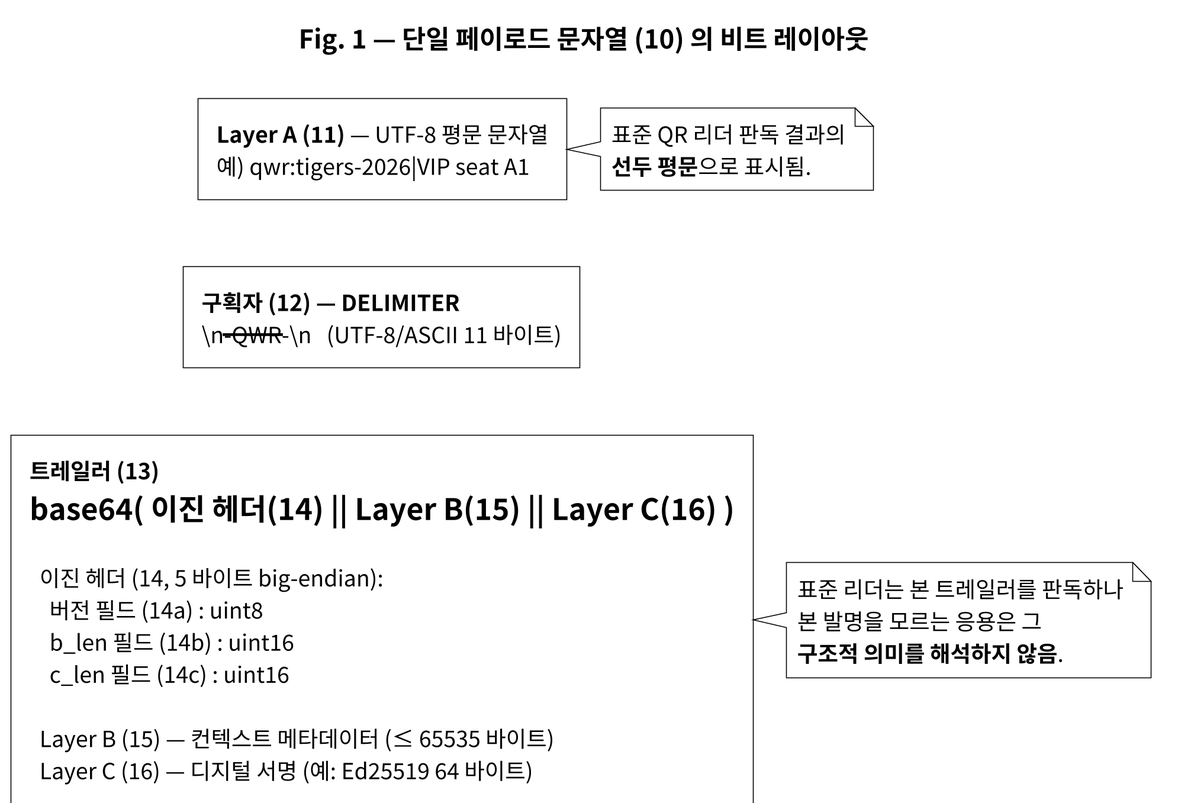
The PlantUML diagram docs/patent/figures/rendered/fig1_payload.png in rae-hugo-kim/QoverRap, before a commit. The source it was exported from:
```plantuml
@startuml fig1_payload
!include _kipo_style.iuml

title Fig. 1 — 단일 페이로드 문자열 (10) 의 비트 레이아웃

rectangle "**Layer A (11)** — UTF-8 평문 문자열\n예) qwr:tigers-2026|VIP seat A1" as A
rectangle "**구획자 (12) — DELIMITER**\n\\n---QWR---\\n   (UTF-8/ASCII 11 바이트)" as D
rectangle "**트레일러 (13)**\n= base64( 이진 헤더(14) || Layer B(15) || Layer C(16) )\n\n  이진 헤더 (14, 5 바이트 big-endian):\n    버전 필드 (14a) : uint8\n    b_len 필드 (14b) : uint16\n    c_len 필드 (14c) : uint16\n\n  Layer B (15) — 컨텍스트 메타데이터 (≤ 65535 바이트)\n  Layer C (16) — 디지털 서명 (예: Ed25519 64 바이트)" as T

A -[hidden]down- D
D -[hidden]down- T

note right of A
  표준 QR 리더 판독 결과의
  **선두 평문**으로 표시됨.
end note

note right of T
  표준 리더는 본 트레일러를 판독하나
  본 발명을 모르는 응용은 그
  **구조적 의미를 해석하지 않음**.
end note

@enduml
```
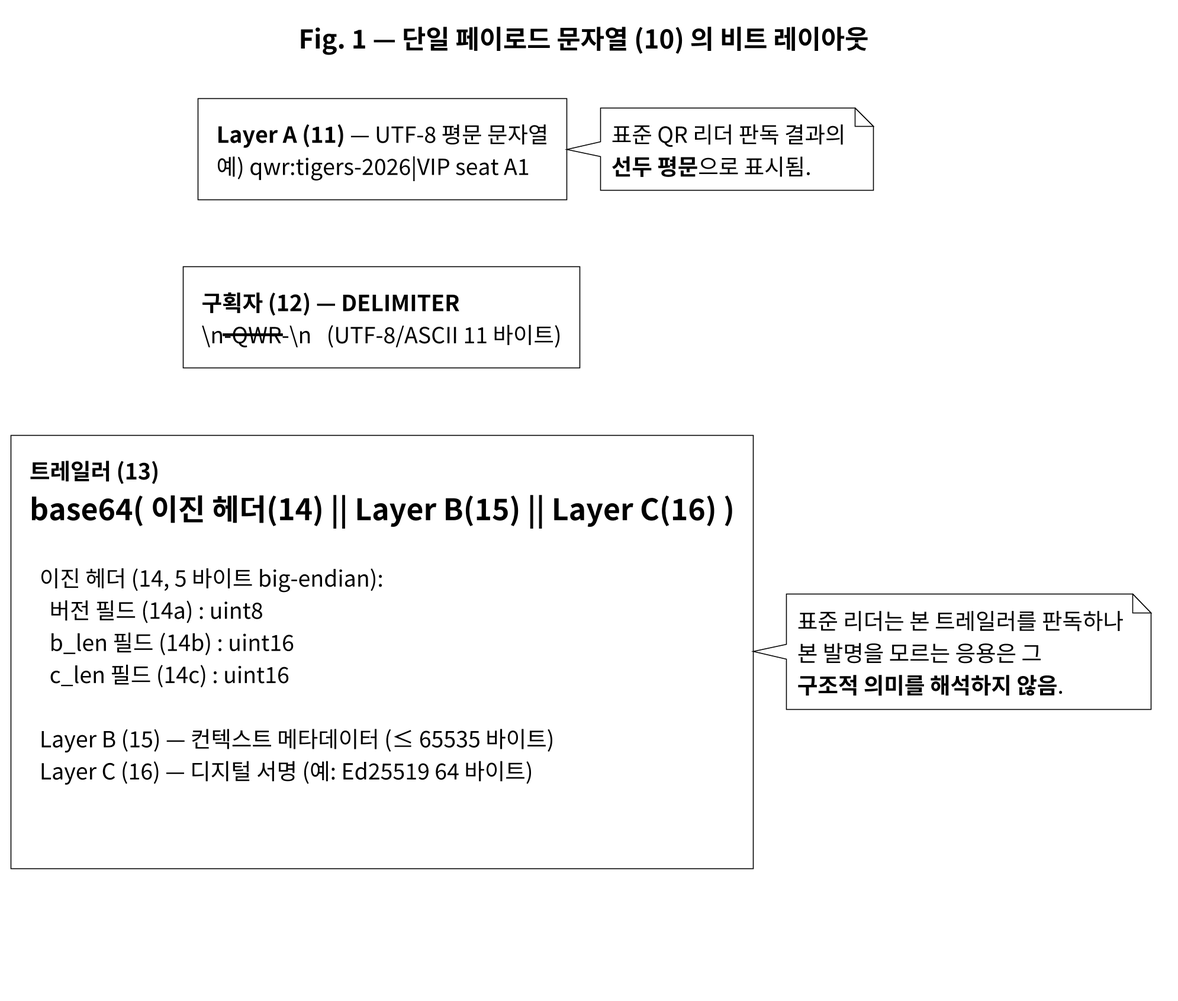
Above is the later version.

Commit message:
docs(patent): fig1 bottom box padding so closure is visible

Change to the diagram source:
```diff
@@ -5,10 +5,18 @@
 
 rectangle "**Layer A (11)** — UTF-8 평문 문자열\n예) qwr:tigers-2026|VIP seat A1" as A
 rectangle "**구획자 (12) — DELIMITER**\n\\n---QWR---\\n   (UTF-8/ASCII 11 바이트)" as D
-rectangle "**트레일러 (13)**\n= base64( 이진 헤더(14) || Layer B(15) || Layer C(16) )\n\n  이진 헤더 (14, 5 바이트 big-endian):\n    버전 필드 (14a) : uint8\n    b_len 필드 (14b) : uint16\n    c_len 필드 (14c) : uint16\n\n  Layer B (15) — 컨텍스트 메타데이터 (≤ 65535 바이트)\n  Layer C (16) — 디지털 서명 (예: Ed25519 64 바이트)" as T
+rectangle "**트레일러 (13)**\n= base64( 이진 헤더(14) || Layer B(15) || Layer C(16) )\n\n  이진 헤더 (14, 5 바이트 big-endian):\n    버전 필드 (14a) : uint8\n    b_len 필드 (14b) : uint16\n    c_len 필드 (14c) : uint16\n\n  Layer B (15) — 컨텍스트 메타데이터 (≤ 65535 바이트)\n  Layer C (16) — 디지털 서명 (예: Ed25519 64 바이트)\n\n " as T
+
+skinparam rectangle<<spacer>> {
+    BackgroundColor #FFFFFF
+    BorderColor #FFFFFF
+    FontColor #FFFFFF
+}
+rectangle " " <<spacer>> as BOTTOM_PAD
 
 A -[hidden]down- D
 D -[hidden]down- T
+T -[hidden]down- BOTTOM_PAD
 
 note right of A
   표준 QR 리더 판독 결과의
```
